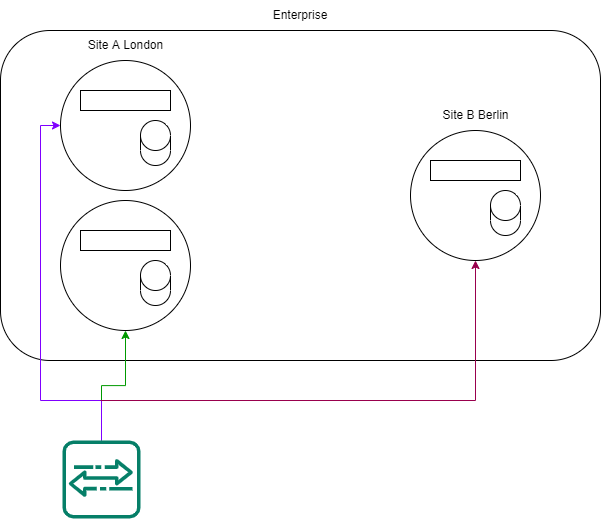
Before: images/Imprivata.drawio.png, a diagram exported from draw.io (Radriverron/radriverron.github.io). Source tidied: cells renumbered, new cells last; positions are measured from the earlier drawing's top-left corner, leaving out a move shared by most shapes.
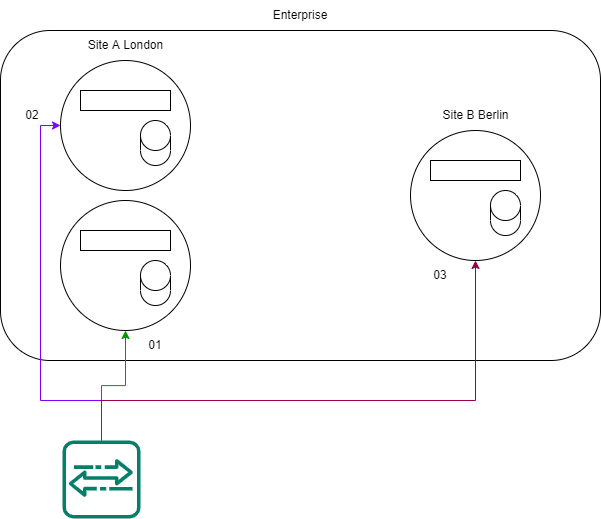
The same file after the commit.

The edit, as a diff of the source:
```diff
@@ -62,5 +62,14 @@
     <mxCell id="18" style="sketch=0;outlineConnect=0;fontColor=#232F3E;gradientColor=none;fillColor=#067F68;strokeColor=none;dashed=0;verticalLabelPosition=bottom;verticalAlign=top;align=center;html=1;fontSize=12;fontStyle=0;shape=mxgraph.aws4.agent2;" parent="1" vertex="1">
       <mxGeometry x="62" y="440" width="78" height="78" as="geometry" />
     </mxCell>
+    <mxCell id="19" value="01" style="text;html=1;strokeColor=none;fillColor=none;align=center;verticalAlign=middle;whiteSpace=wrap;rounded=0;" parent="1" vertex="1">
+      <mxGeometry x="125" y="330" width="60" height="30" as="geometry" />
+    </mxCell>
+    <mxCell id="20" value="02" style="text;html=1;strokeColor=none;fillColor=none;align=center;verticalAlign=middle;whiteSpace=wrap;rounded=0;" parent="1" vertex="1">
+      <mxGeometry x="2" y="100" width="60" height="30" as="geometry" />
+    </mxCell>
+    <mxCell id="21" value="03" style="text;html=1;strokeColor=none;fillColor=none;align=center;verticalAlign=middle;whiteSpace=wrap;rounded=0;" parent="1" vertex="1">
+      <mxGeometry x="410" y="260" width="60" height="30" as="geometry" />
+    </mxCell>
   </root>
 </mxGraphModel>
```
